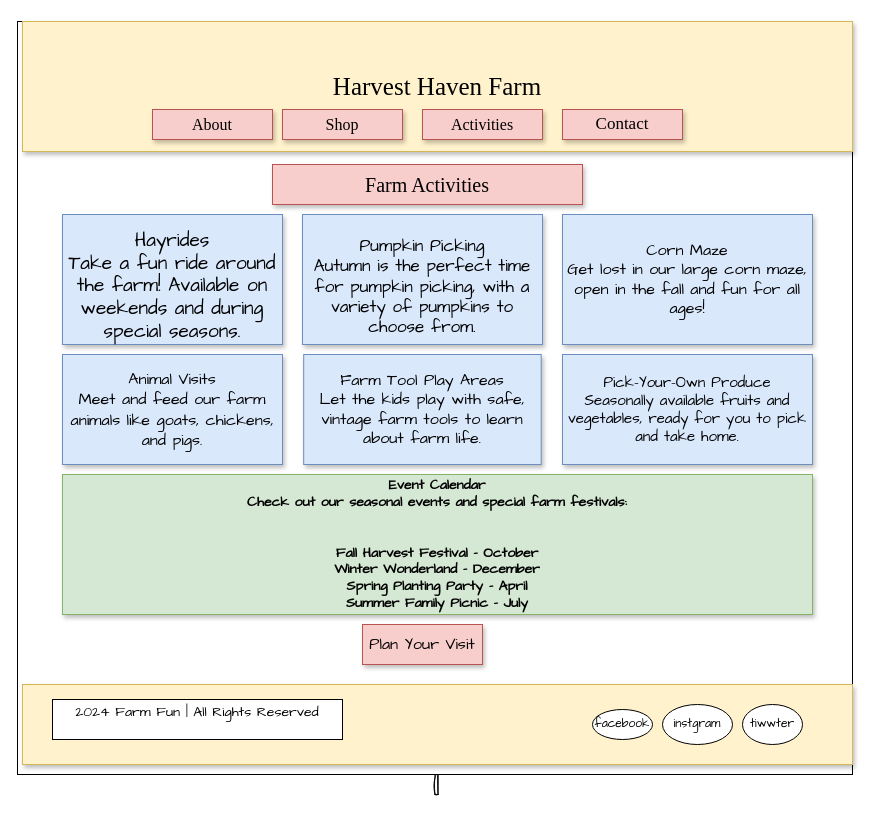
Above: page "Activities_Page" (3 of 6) of documentation/Haven_harvest_farm.drawio in vijayasharma11/harvest-haven-farm (draw.io), before the change. Source tidied: cells renumbered, new cells numbered last; positions are measured from the earlier drawing's top-left corner, leaving out a move shared by most shapes. Both pictures are drawn from the tidied source at 100%, with x=0, y=0 at pixel (17, 21).
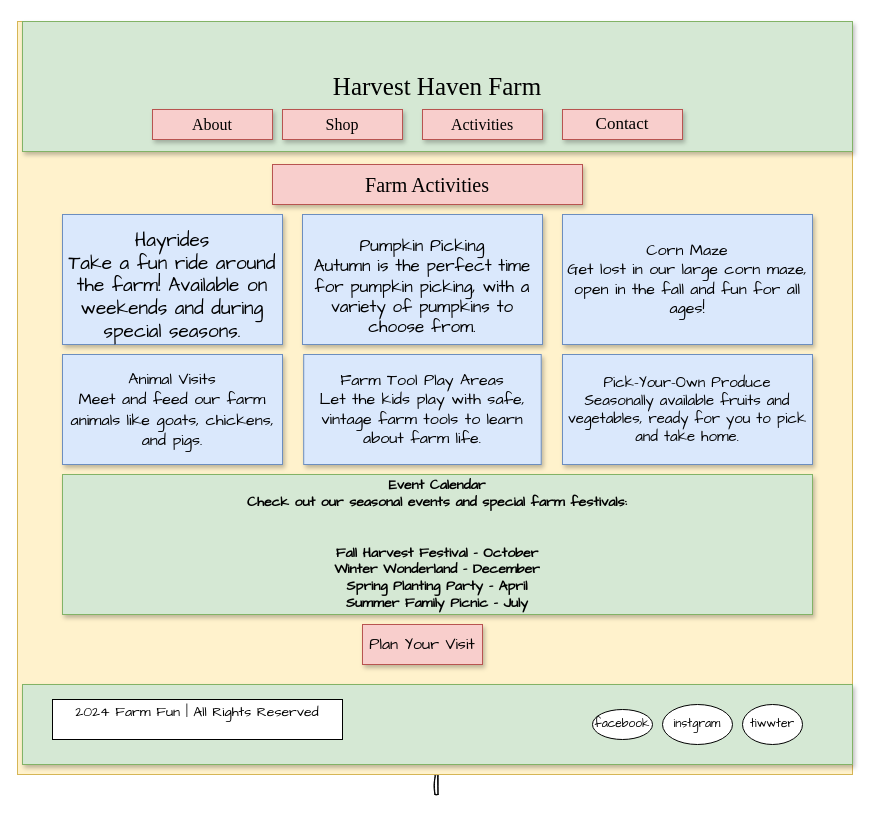
The same page after the edit.

The edit, as a diff of the source:
```diff
@@
-    <mxCell id="3" style="rounded=0;whiteSpace=wrap;html=1;hachureGap=4;fontFamily=Architects Daughter;labelBackgroundColor=#bbeef2;labelBorderColor=none;textShadow=0;" parent="1" vertex="1">
+    <mxCell id="3" style="rounded=0;whiteSpace=wrap;html=1;hachureGap=4;fontFamily=Architects Daughter;labelBackgroundColor=#bbeef2;labelBorderColor=none;textShadow=0;fillColor=#fff2cc;strokeColor=#d6b656;" parent="1" vertex="1">
       <mxGeometry width="835" height="753" as="geometry" />
     </mxCell>
-    <mxCell id="4" value="&lt;font style=&quot;font-size: 25px;&quot;&gt;Harvest Haven Farm&lt;/font&gt;" style="rounded=0;whiteSpace=wrap;html=1;hachureGap=4;fontFamily=Times New Roman;fillColor=#fff2cc;strokeColor=#d6b656;shadow=1;" parent="1" vertex="1">
+    <mxCell id="4" value="&lt;font style=&quot;font-size: 25px;&quot;&gt;Harvest Haven Farm&lt;/font&gt;" style="rounded=0;whiteSpace=wrap;html=1;hachureGap=4;fontFamily=Times New Roman;fillColor=#d5e8d4;strokeColor=#82b366;shadow=1;" parent="1" vertex="1">
       <mxGeometry x="5" width="830" height="130" as="geometry" />
     </mxCell>
@@
-    <mxCell id="9" style="rounded=0;whiteSpace=wrap;html=1;hachureGap=4;fontFamily=Architects Daughter;fillColor=#fff2cc;strokeColor=#d6b656;shadow=1;" parent="1" vertex="1">
+    <mxCell id="9" style="rounded=0;whiteSpace=wrap;html=1;hachureGap=4;fontFamily=Architects Daughter;fillColor=#d5e8d4;strokeColor=#82b366;shadow=1;" parent="1" vertex="1">
       <mxGeometry x="5" y="663" width="830" height="80" as="geometry" />
     </mxCell>
```
